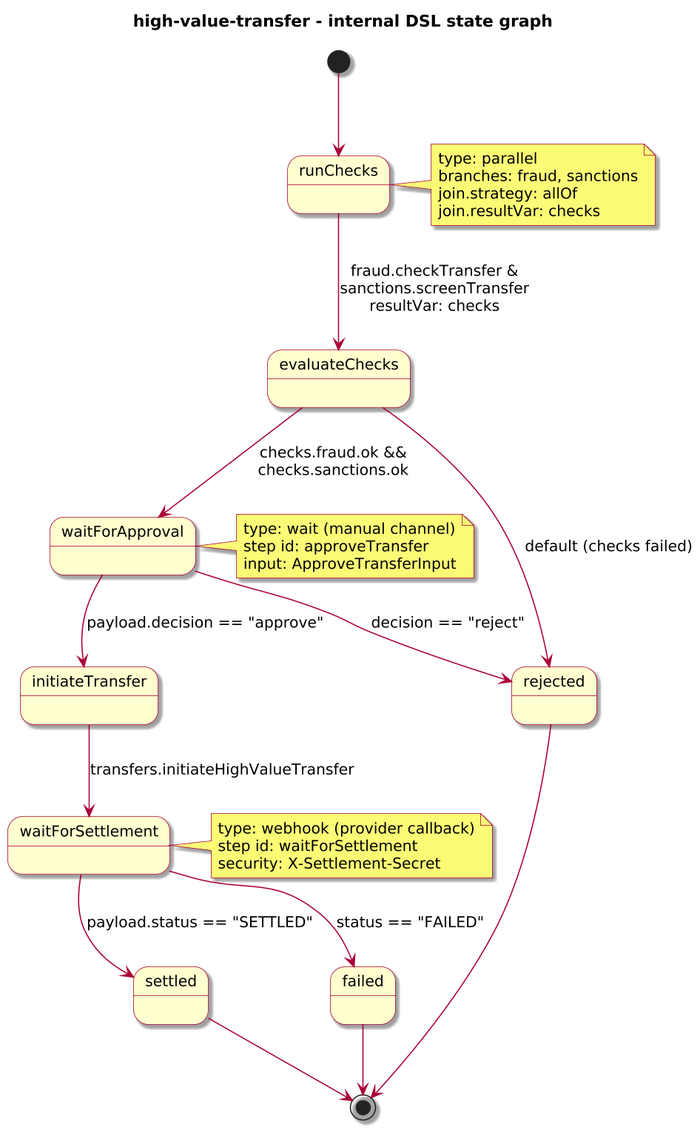
ivanstambuk/journeyforge keeps this PlantUML diagram as docs/3-reference/examples/business/high-value-transfer/diagrams/high-value-transfer-internal-state.png. Above is the earlier version.
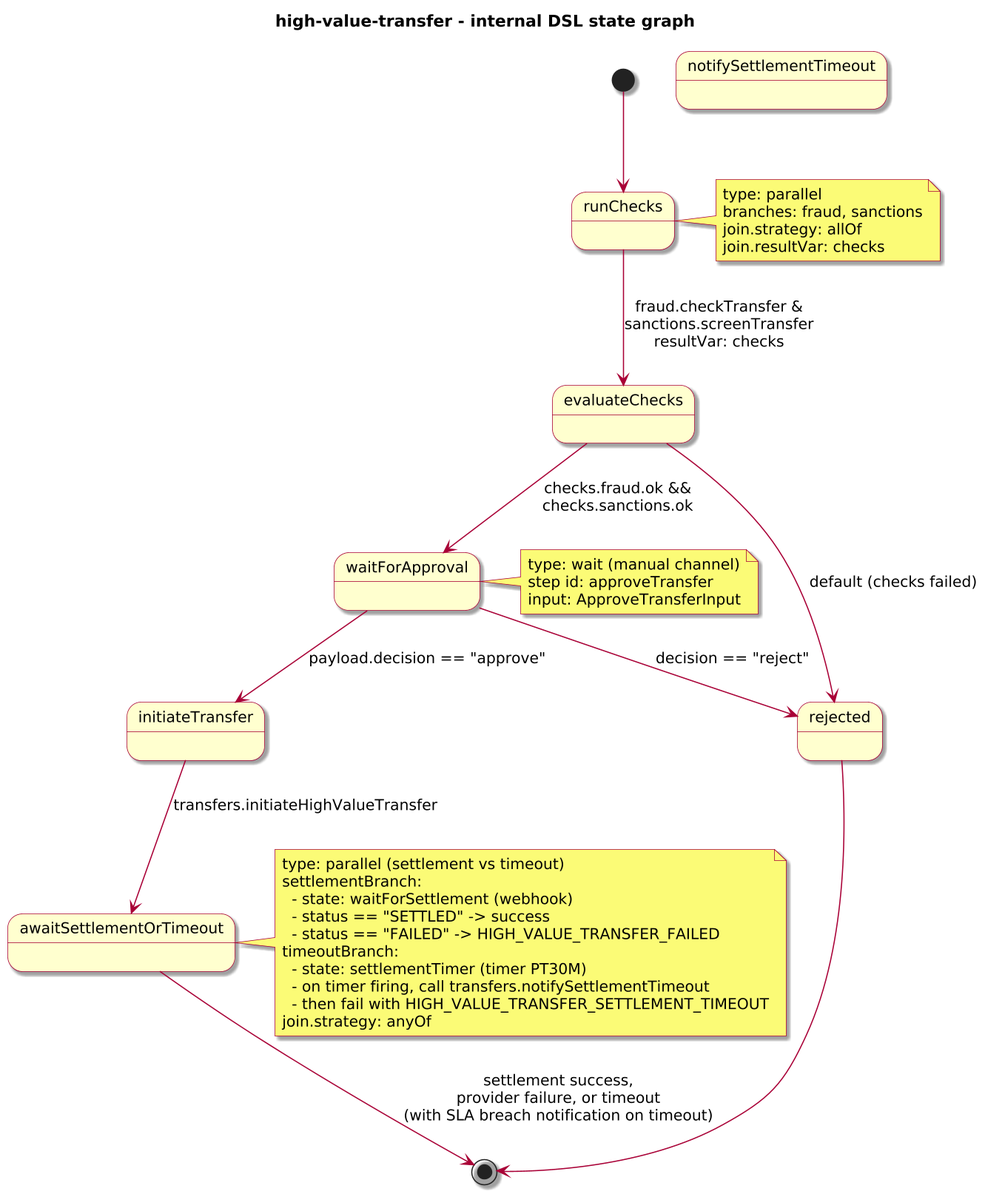
After the change.

The edit, as a diff of the source:
```diff
@@ -8,10 +8,9 @@
 state evaluateChecks
 state waitForApproval
 state initiateTransfer
-state waitForSettlement
-state settled
+state awaitSettlementOrTimeout
+state notifySettlementTimeout
 state rejected
-state failed
 
 runChecks --> evaluateChecks : fraud.checkTransfer &\nsanctions.screenTransfer\nresultVar: checks
 
@@ -21,14 +20,11 @@
 waitForApproval --> initiateTransfer : payload.decision == "approve"
 waitForApproval --> rejected : decision == "reject"
 
-initiateTransfer --> waitForSettlement : transfers.initiateHighValueTransfer
+initiateTransfer --> awaitSettlementOrTimeout : transfers.initiateHighValueTransfer
 
-waitForSettlement --> settled : payload.status == "SETTLED"
-waitForSettlement --> failed : status == "FAILED"
+awaitSettlementOrTimeout --> [*] : settlement success,\nprovider failure, or timeout\n(with SLA breach notification on timeout)
 
-settled --> [*]
 rejected --> [*]
-failed --> [*]
 
 note right of runChecks
   type: parallel
@@ -43,10 +39,17 @@
   input: ApproveTransferInput
 end note
 
-note right of waitForSettlement
-  type: webhook (provider callback)
-  step id: waitForSettlement
-  security: X-Settlement-Secret
+note right of awaitSettlementOrTimeout
+  type: parallel (settlement vs timeout)
+  settlementBranch:
+    - state: waitForSettlement (webhook)
+    - status == "SETTLED" -> success
+    - status == "FAILED" -> HIGH_VALUE_TRANSFER_FAILED
+  timeoutBranch:
+    - state: settlementTimer (timer PT30M)
+    - on timer firing, call transfers.notifySettlementTimeout
+    - then fail with HIGH_VALUE_TRANSFER_SETTLEMENT_TIMEOUT
+  join.strategy: anyOf
 end note
 
 @enduml
```
